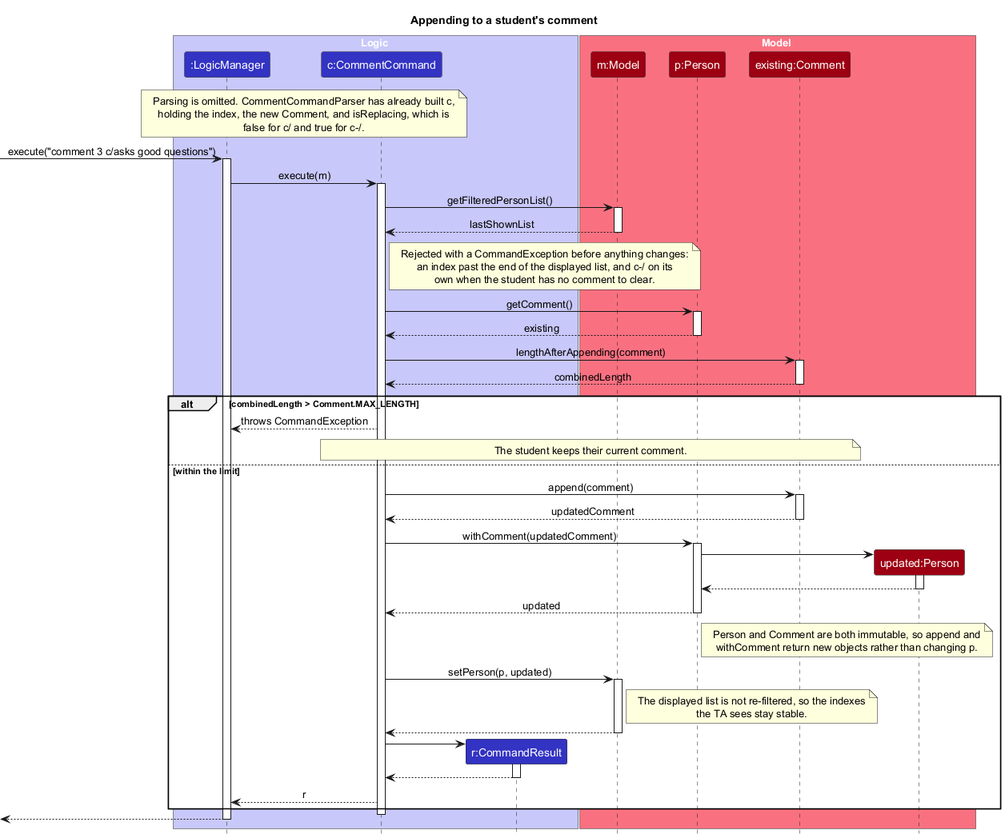
Before: docs/images/CommentSequenceDiagram.png, a diagram exported from PlantUML (AY2627S1-CS2103T-F12-4/tp).
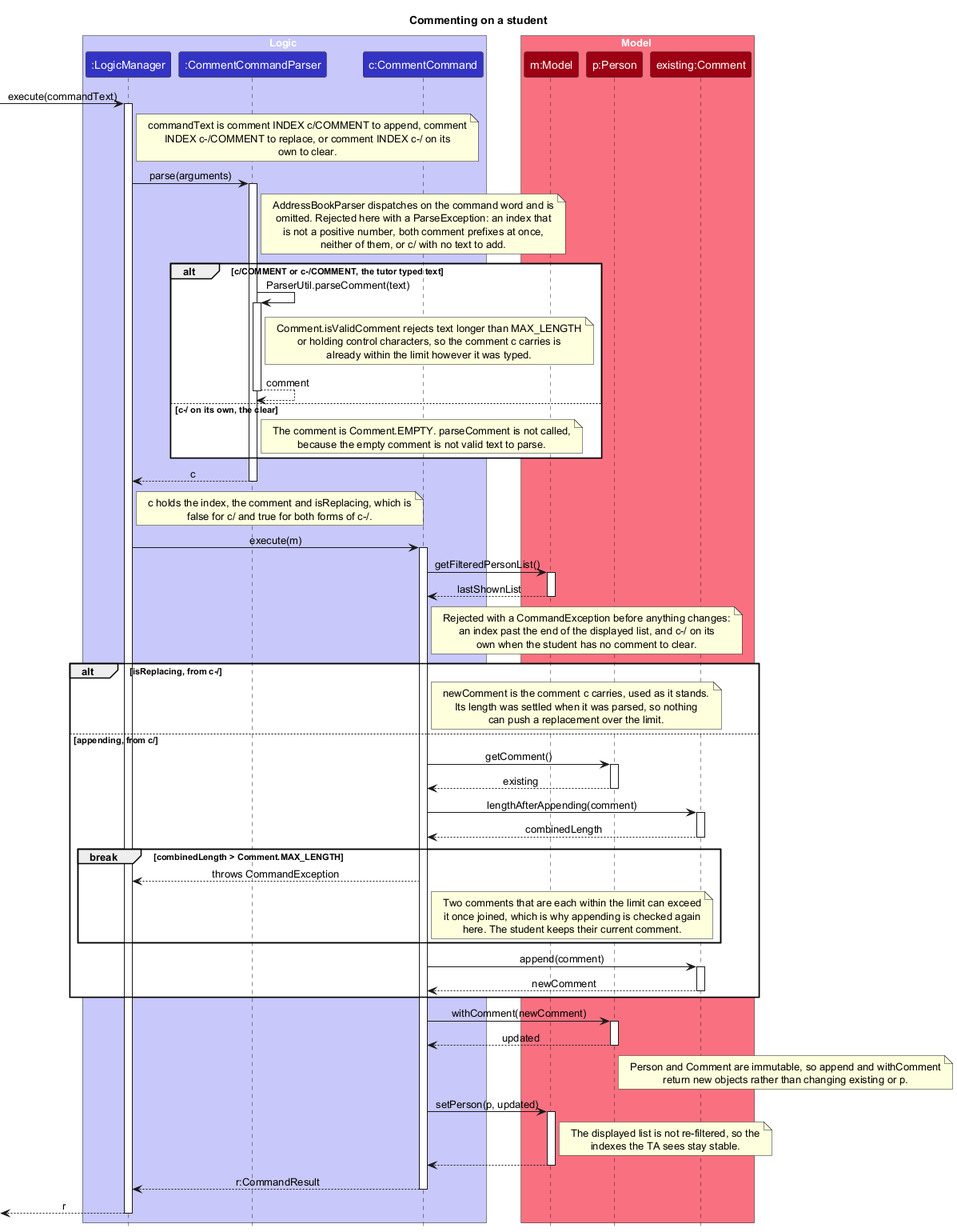
After the change.

What changed in the source:
```diff
@@ -1,29 +1,64 @@
 @startuml
 !include style.puml
 skinparam ArrowFontStyle plain
-title Appending to a student's comment
+title Commenting on a student
 
 box Logic LOGIC_COLOR_T1
 participant ":LogicManager" as LogicManager LOGIC_COLOR
+participant ":CommentCommandParser" as Parser LOGIC_COLOR
 participant "c:CommentCommand" as CommentCommand LOGIC_COLOR
-participant "r:CommandResult" as CommandResult LOGIC_COLOR
 end box
 
 box Model MODEL_COLOR_T1
 participant "m:Model" as Model MODEL_COLOR
 participant "p:Person" as Person MODEL_COLOR
 participant "existing:Comment" as Existing MODEL_COLOR
-participant "updated:Person" as Updated MODEL_COLOR
 end box
 
-note over LogicManager, CommentCommand
-  Parsing is omitted. CommentCommandParser has already built c,
-  holding the index, the new Comment, and isReplacing, which is
-  false for c/ and true for c-/.
+[-> LogicManager : execute(commandText)
+activate LogicManager
+
+note right of LogicManager
+  commandText is comment INDEX c/COMMENT to append, comment
+  INDEX c-/COMMENT to replace, or comment INDEX c-/ on its
+  own to clear.
 end note
 
-[-> LogicManager : execute("comment 3 c/asks good questions")
-activate LogicManager
+LogicManager -> Parser : parse(arguments)
+activate Parser
+
+note right of Parser
+  AddressBookParser dispatches on the command word and is
+  omitted. Rejected here with a ParseException: an index that
+  is not a positive number, both comment prefixes at once,
+  neither of them, or c/ with no text to add.
+end note
+
+alt c/COMMENT or c-/COMMENT, the tutor typed text
+  Parser -> Parser : ParserUtil.parseComment(text)
+  activate Parser
+  note right of Parser
+    Comment.isValidComment rejects text longer than MAX_LENGTH
+    or holding control characters, so the comment c carries is
+    already within the limit however it was typed.
+  end note
+  Parser --> Parser : comment
+  deactivate Parser
+
+else c-/ on its own, the clear
+  note right of Parser
+    The comment is Comment.EMPTY. parseComment is not called,
+    because the empty comment is not valid text to parse.
+  end note
+end
+
+Parser --> LogicManager : c
+deactivate Parser
+
+note right of LogicManager
+  c holds the index, the comment and isReplacing, which is
+  false for c/ and true for both forms of c-/.
+end note
 
 LogicManager -> CommentCommand : execute(m)
 activate CommentCommand
@@ -39,61 +74,61 @@
   own when the student has no comment to clear.
 end note
 
-CommentCommand -> Person : getComment()
+alt isReplacing, from c-/
+  note right of CommentCommand
+    newComment is the comment c carries, used as it stands.
+    Its length was settled when it was parsed, so nothing
+    can push a replacement over the limit.
+  end note
+
+else appending, from c/
+  CommentCommand -> Person : getComment()
+  activate Person
+  Person --> CommentCommand : existing
+  deactivate Person
+
+  CommentCommand -> Existing : lengthAfterAppending(comment)
+  activate Existing
+  Existing --> CommentCommand : combinedLength
+  deactivate Existing
+
+  break combinedLength > Comment.MAX_LENGTH
+    CommentCommand --> LogicManager : throws CommandException
+    note right of CommentCommand
+      Two comments that are each within the limit can exceed
+      it once joined, which is why appending is checked again
+      here. The student keeps their current comment.
+    end note
+  end
+
+  CommentCommand -> Existing : append(comment)
+  activate Existing
+  Existing --> CommentCommand : newComment
+  deactivate Existing
+end
+
+CommentCommand -> Person : withComment(newComment)
 activate Person
-Person --> CommentCommand : existing
+Person --> CommentCommand : updated
 deactivate Person
 
-CommentCommand -> Existing : lengthAfterAppending(comment)
-activate Existing
-Existing --> CommentCommand : combinedLength
-deactivate Existing
+note right of Person
+  Person and Comment are immutable, so append and withComment
+  return new objects rather than changing existing or p.
+end note
 
-alt combinedLength > Comment.MAX_LENGTH
-    CommentCommand --> LogicManager : throws CommandException
-    note over CommentCommand, Existing
-      The student keeps their current comment.
-    end note
-else within the limit
-    CommentCommand -> Existing : append(comment)
-    activate Existing
-    Existing --> CommentCommand : updatedComment
-    deactivate Existing
+CommentCommand -> Model : setPerson(p, updated)
+activate Model
+note right of Model
+  The displayed list is not re-filtered, so the
+  indexes the TA sees stay stable.
+end note
+Model --> CommentCommand
+deactivate Model
 
-    CommentCommand -> Person : withComment(updatedComment)
-    activate Person
-    create Updated
-    Person -> Updated
-    activate Updated
-    Updated --> Person
-    deactivate Updated
-    Person --> CommentCommand : updated
-    deactivate Person
-
-    note right of Person
-      Person and Comment are both immutable, so append and
-      withComment return new objects rather than changing p.
-    end note
-
-    CommentCommand -> Model : setPerson(p, updated)
-    activate Model
-    note right of Model
-      The displayed list is not re-filtered, so the indexes
-      the TA sees stay stable.
-    end note
-    Model --> CommentCommand
-    deactivate Model
-
-    create CommandResult
-    CommentCommand -> CommandResult
-    activate CommandResult
-    CommandResult --> CommentCommand
-    deactivate CommandResult
-
-    CommentCommand --> LogicManager : r
-end
+CommentCommand --> LogicManager : r:CommandResult
 deactivate CommentCommand
 
-[<-- LogicManager
+[<-- LogicManager : r
 deactivate LogicManager
 @enduml
```
